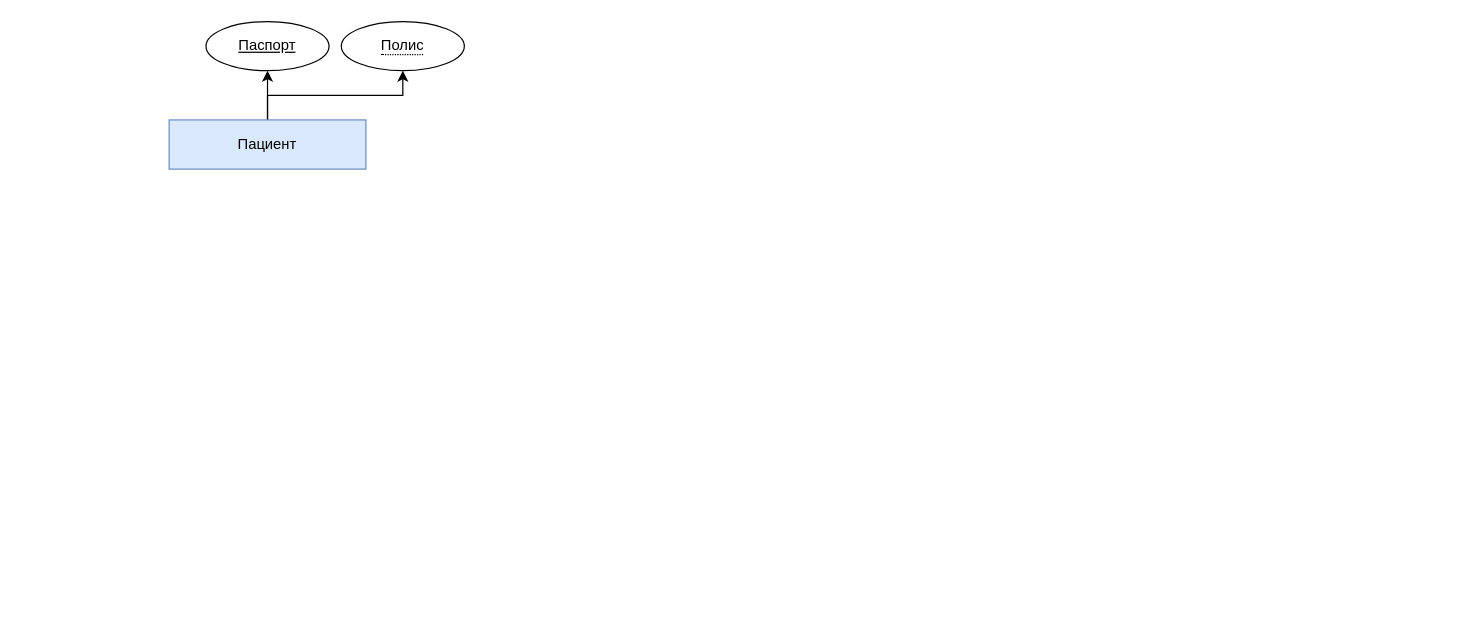
Before: EntityRelation.drawio in den-a-s/drawio-diagrams, a draw.io diagram. Source tidied: cells renumbered, new cells numbered last; positions are measured from the earlier drawing's top-left corner, leaving out a move shared by most shapes. Both pictures are drawn from the tidied source at 123%, with x=0, y=0 at pixel (169, 21).
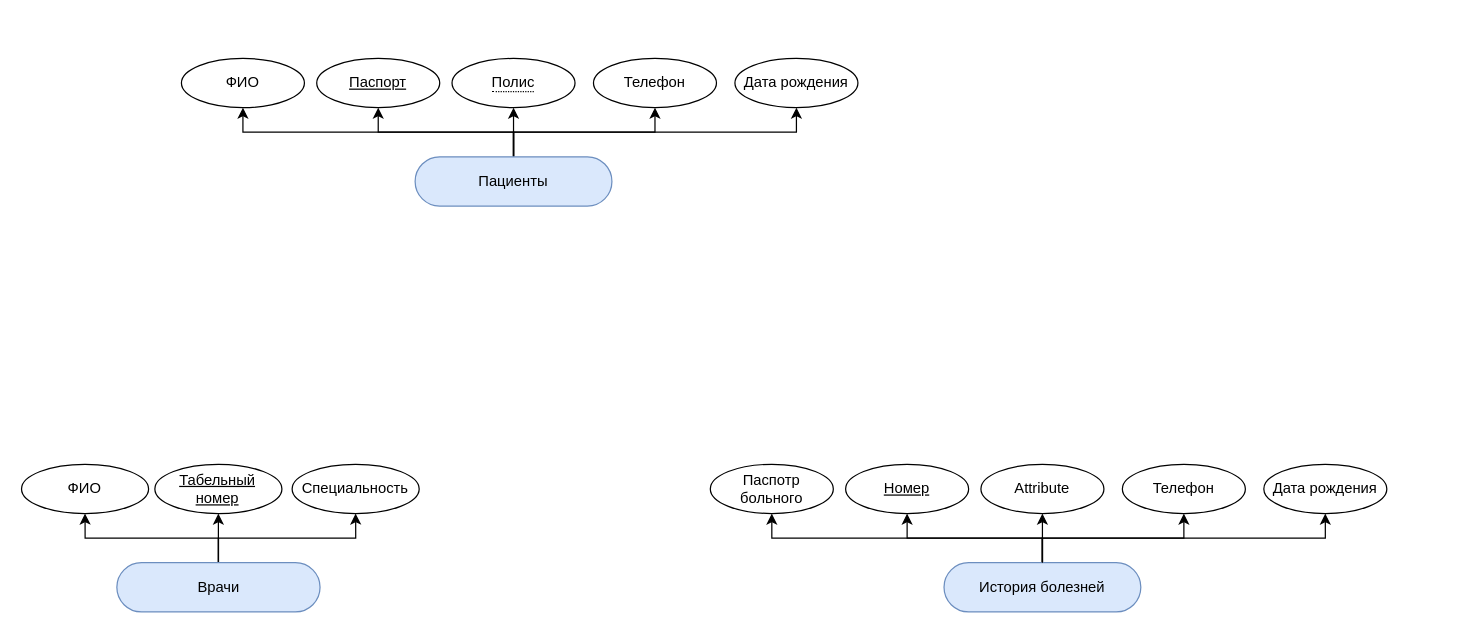
The same page after the edit.

Commit message:
Добавление сущностей Врачи и История болезней.

Diff of the diagram source:
```diff
@@
-    <mxCell id="2" style="edgeStyle=orthogonalEdgeStyle;rounded=0;jettySize=auto;html=1;entryX=0.5;entryY=1;entryDx=0;entryDy=0;" parent="1" edge="1" source="4" target="5">
-      <mxGeometry relative="1" as="geometry" />
-    </mxCell>
-    <mxCell id="3" style="edgeStyle=orthogonalEdgeStyle;rounded=0;jettySize=auto;html=1;entryX=0.5;entryY=1;entryDx=0;entryDy=0;" parent="1" edge="1" source="4" target="6">
-      <mxGeometry relative="1" as="geometry" />
-    </mxCell>
-    <mxCell id="4" value="&lt;div&gt;Пациент&lt;/div&gt;" style="whiteSpace=wrap;html=1;align=center;fillColor=#dae8fc;strokeColor=#6c8ebf;" parent="1" vertex="1">
-      <mxGeometry y="80" width="160" height="40" as="geometry" />
-    </mxCell>
+    <mxCell id="7" style="group;rounded=0;" parent="1" vertex="1">
+      <mxGeometry x="10" y="30" width="610" height="120" as="geometry" />
+    </mxCell>
-    <mxCell id="5" value="&lt;div&gt;Паспорт&lt;/div&gt;" style="ellipse;whiteSpace=wrap;html=1;align=center;fontStyle=4;" parent="1" vertex="1">
-      <mxGeometry x="30" width="100" height="40" as="geometry" />
+    <mxCell id="5" value="&lt;div&gt;Паспорт&lt;/div&gt;" style="ellipse;whiteSpace=wrap;html=1;align=center;fontStyle=4;" parent="7" vertex="1">
+      <mxGeometry x="110" width="100" height="40" as="geometry" />
     </mxCell>
-    <mxCell id="6" value="&lt;div&gt;&lt;span style=&quot;border-bottom: 1px dotted&quot;&gt;Полис&lt;/span&gt;&lt;/div&gt;&lt;div&gt;&lt;span style=&quot;border-bottom: 1px dotted&quot;&gt;&lt;/span&gt;&lt;/div&gt;" style="ellipse;whiteSpace=wrap;html=1;align=center;" parent="1" vertex="1">
-      <mxGeometry x="140" width="100" height="40" as="geometry" />
+    <mxCell id="6" value="&lt;div&gt;&lt;span style=&quot;border-bottom: 1px dotted&quot;&gt;Полис&lt;/span&gt;&lt;/div&gt;&lt;div&gt;&lt;span style=&quot;border-bottom: 1px dotted&quot;&gt;&lt;/span&gt;&lt;/div&gt;" style="ellipse;whiteSpace=wrap;html=1;align=center;" parent="7" vertex="1">
+      <mxGeometry x="220" width="100" height="40" as="geometry" />
     </mxCell>
+    <mxCell id="8" value="ФИО" style="ellipse;whiteSpace=wrap;html=1;align=center;" parent="7" vertex="1">
+      <mxGeometry width="100" height="40" as="geometry" />
+    </mxCell>
+    <mxCell id="9" value="Телефон" style="ellipse;whiteSpace=wrap;html=1;align=center;" parent="7" vertex="1">
+      <mxGeometry x="335" width="100" height="40" as="geometry" />
+    </mxCell>
+    <mxCell id="10" value="Дата рождения" style="ellipse;whiteSpace=wrap;html=1;align=center;" parent="7" vertex="1">
+      <mxGeometry x="450" width="100" height="40" as="geometry" />
+    </mxCell>
+    <mxCell id="11" style="edgeStyle=orthogonalEdgeStyle;rounded=0;jettySize=auto;html=1;entryX=0.5;entryY=1;entryDx=0;entryDy=0;" parent="7" edge="1" source="4" target="10">
+      <mxGeometry relative="1" as="geometry">
+        <Array as="points">
+          <mxPoint x="270" y="60" />
+          <mxPoint x="500" y="60" />
+        </Array>
+      </mxGeometry>
+    </mxCell>
+    <mxCell id="12" style="edgeStyle=orthogonalEdgeStyle;rounded=0;jettySize=auto;html=1;entryX=0.5;entryY=1;entryDx=0;entryDy=0;" parent="7" edge="1" source="4" target="9">
+      <mxGeometry relative="1" as="geometry">
+        <Array as="points">
+          <mxPoint x="270" y="60" />
+          <mxPoint x="385" y="60" />
+        </Array>
+      </mxGeometry>
+    </mxCell>
+    <mxCell id="13" style="edgeStyle=orthogonalEdgeStyle;rounded=0;jettySize=auto;html=1;entryX=0.5;entryY=1;entryDx=0;entryDy=0;" parent="7" edge="1" source="4" target="8">
+      <mxGeometry relative="1" as="geometry">
+        <Array as="points">
+          <mxPoint x="270" y="60" />
+          <mxPoint x="50" y="60" />
+        </Array>
+      </mxGeometry>
+    </mxCell>
+    <mxCell id="3" style="edgeStyle=orthogonalEdgeStyle;rounded=0;jettySize=auto;html=1;entryX=0.5;entryY=1;entryDx=0;entryDy=0;" parent="7" edge="1" source="4" target="6">
+      <mxGeometry relative="1" as="geometry">
+        <Array as="points">
+          <mxPoint x="190" y="110" />
+          <mxPoint x="190" y="110" />
+        </Array>
+      </mxGeometry>
+    </mxCell>
+    <mxCell id="2" style="edgeStyle=orthogonalEdgeStyle;rounded=0;jettySize=auto;html=1;entryX=0.5;entryY=1;entryDx=0;entryDy=0;" parent="7" edge="1" source="4" target="5">
+      <mxGeometry relative="1" as="geometry" />
+    </mxCell>
+    <mxCell id="4" value="&lt;div&gt;Пациенты&lt;/div&gt;" style="whiteSpace=wrap;html=1;align=center;fillColor=#dae8fc;strokeColor=#6c8ebf;rounded=1;arcSize=50;" parent="7" vertex="1">
+      <mxGeometry x="190" y="80" width="160" height="40" as="geometry" />
+    </mxCell>
+    <mxCell id="14" style="group;rounded=0;" parent="1" vertex="1">
+      <mxGeometry x="-120" y="360" width="630" height="120" as="geometry" />
+    </mxCell>
+    <mxCell id="15" value="&lt;div&gt;Табельный&lt;/div&gt;&lt;div&gt;номер&lt;/div&gt;" style="ellipse;whiteSpace=wrap;html=1;align=center;fontStyle=4;" parent="14" vertex="1">
+      <mxGeometry x="108.4" width="103.3" height="40" as="geometry" />
+    </mxCell>
+    <mxCell id="16" value="ФИО" style="ellipse;whiteSpace=wrap;html=1;align=center;" parent="14" vertex="1">
+      <mxGeometry width="103.3" height="40" as="geometry" />
+    </mxCell>
+    <mxCell id="17" value="Специальность" style="ellipse;whiteSpace=wrap;html=1;align=center;" parent="14" vertex="1">
+      <mxGeometry x="220" width="103.3" height="40" as="geometry" />
+    </mxCell>
+    <mxCell id="18" style="edgeStyle=orthogonalEdgeStyle;rounded=0;jettySize=auto;html=1;entryX=0.5;entryY=1;entryDx=0;entryDy=0;" parent="14" edge="1" source="21" target="16">
+      <mxGeometry relative="1" as="geometry">
+        <Array as="points">
+          <mxPoint x="160" y="60" />
+          <mxPoint x="52" y="60" />
+        </Array>
+      </mxGeometry>
+    </mxCell>
+    <mxCell id="19" style="edgeStyle=orthogonalEdgeStyle;rounded=0;jettySize=auto;html=1;entryX=0.5;entryY=1;entryDx=0;entryDy=0;" parent="14" edge="1" source="21" target="15">
+      <mxGeometry relative="1" as="geometry" />
+    </mxCell>
+    <mxCell id="20" style="edgeStyle=orthogonalEdgeStyle;rounded=0;jettySize=auto;html=1;entryX=0.5;entryY=1;entryDx=0;entryDy=0;" parent="14" edge="1" source="21" target="17">
+      <mxGeometry relative="1" as="geometry" />
+    </mxCell>
+    <mxCell id="21" value="Врачи" style="whiteSpace=wrap;html=1;align=center;fillColor=#dae8fc;strokeColor=#6c8ebf;rounded=1;arcSize=50;" parent="14" vertex="1">
+      <mxGeometry x="77.5" y="80" width="165.2" height="40" as="geometry" />
+    </mxCell>
+    <mxCell id="22" style="group;rounded=0;" parent="1" vertex="1">
+      <mxGeometry x="440" y="360" width="610" height="120" as="geometry" />
+    </mxCell>
+    <mxCell id="23" value="Номер" style="ellipse;whiteSpace=wrap;html=1;align=center;fontStyle=4;" parent="22" vertex="1">
+      <mxGeometry x="110" width="100" height="40" as="geometry" />
+    </mxCell>
+    <mxCell id="24" value="Паспотр больного" style="ellipse;whiteSpace=wrap;html=1;align=center;" parent="22" vertex="1">
+      <mxGeometry width="100" height="40" as="geometry" />
+    </mxCell>
+    <mxCell id="25" value="Телефон" style="ellipse;whiteSpace=wrap;html=1;align=center;" parent="22" vertex="1">
+      <mxGeometry x="335" width="100" height="40" as="geometry" />
+    </mxCell>
+    <mxCell id="26" value="Дата рождения" style="ellipse;whiteSpace=wrap;html=1;align=center;" parent="22" vertex="1">
+      <mxGeometry x="450" width="100" height="40" as="geometry" />
+    </mxCell>
+    <mxCell id="27" style="edgeStyle=orthogonalEdgeStyle;rounded=0;jettySize=auto;html=1;entryX=0.5;entryY=1;entryDx=0;entryDy=0;" parent="22" edge="1" source="31" target="26">
+      <mxGeometry relative="1" as="geometry">
+        <Array as="points">
+          <mxPoint x="270" y="60" />
+          <mxPoint x="500" y="60" />
+        </Array>
+      </mxGeometry>
+    </mxCell>
+    <mxCell id="28" style="edgeStyle=orthogonalEdgeStyle;rounded=0;jettySize=auto;html=1;entryX=0.5;entryY=1;entryDx=0;entryDy=0;" parent="22" edge="1" source="31" target="25">
+      <mxGeometry relative="1" as="geometry">
+        <Array as="points">
+          <mxPoint x="270" y="60" />
+          <mxPoint x="385" y="60" />
+        </Array>
+      </mxGeometry>
+    </mxCell>
+    <mxCell id="29" style="edgeStyle=orthogonalEdgeStyle;rounded=0;jettySize=auto;html=1;entryX=0.5;entryY=1;entryDx=0;entryDy=0;" parent="22" edge="1" source="31" target="24">
+      <mxGeometry relative="1" as="geometry">
+        <Array as="points">
+          <mxPoint x="270" y="60" />
+          <mxPoint x="50" y="60" />
+        </Array>
+      </mxGeometry>
+    </mxCell>
+    <mxCell id="30" style="edgeStyle=orthogonalEdgeStyle;rounded=0;jettySize=auto;html=1;entryX=0.5;entryY=1;entryDx=0;entryDy=0;" parent="22" edge="1" source="31" target="23">
+      <mxGeometry relative="1" as="geometry" />
+    </mxCell>
+    <mxCell id="31" value="&lt;div&gt;История болезней&lt;/div&gt;" style="whiteSpace=wrap;html=1;align=center;fillColor=#dae8fc;strokeColor=#6c8ebf;rounded=1;arcSize=50;" parent="22" vertex="1">
+      <mxGeometry x="190" y="80" width="160" height="40" as="geometry" />
+    </mxCell>
+    <mxCell id="32" value="Attribute" style="ellipse;whiteSpace=wrap;html=1;align=center;rounded=1;" parent="22" vertex="1">
+      <mxGeometry x="220" width="100" height="40" as="geometry" />
+    </mxCell>
+    <mxCell id="33" style="edgeStyle=orthogonalEdgeStyle;rounded=0;jettySize=auto;html=1;entryX=0.5;entryY=1;entryDx=0;entryDy=0;" parent="22" edge="1" source="31" target="32">
+      <mxGeometry relative="1" as="geometry" />
+    </mxCell>
```
